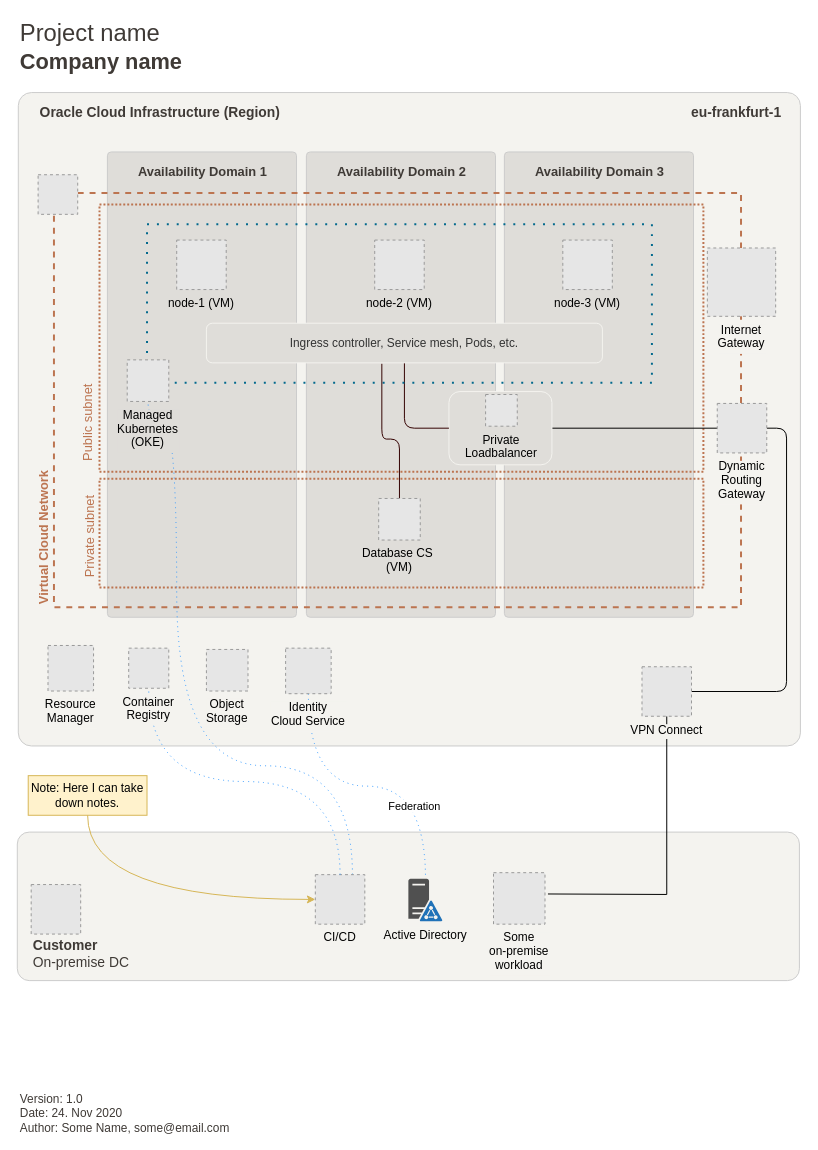
This is 20210926 BCH BAW Runtime.drawio from carlosjuibm/analytic_tools, a draw.io file, before an edit. Source tidied: cells renumbered, new cells numbered last; positions are measured from the earlier drawing's top-left corner, leaving out a move shared by most shapes. Both pictures are drawn from the tidied source at 99%, with x=0, y=0 at pixel (-32, 17). Pictures stored in the file or linked from it are replaced by grey dashed boxes.
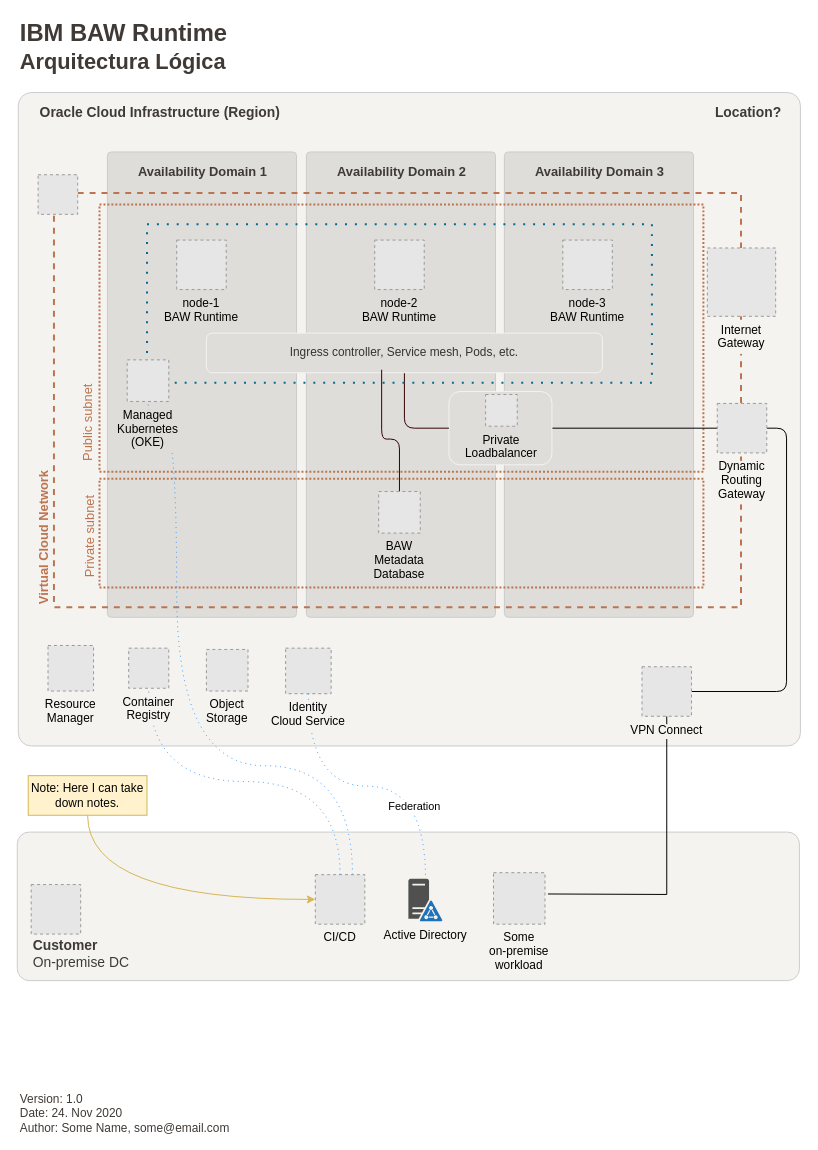
The same page after the edit.

What changed in the source:
```diff
@@
-    <mxCell id="5" value="&lt;font color=&quot;#3f3a36&quot; size=&quot;1&quot;&gt;&lt;b style=&quot;font-size: 14px&quot;&gt;eu-frankfurt-1&lt;/b&gt;&lt;/font&gt;" style="text;html=1;align=right;verticalAlign=middle;" parent="1" vertex="1">
-      <mxGeometry x="712" y="86" width="110" height="20" as="geometry" />
+    <mxCell id="5" value="&lt;font color=&quot;#3f3a36&quot; size=&quot;1&quot;&gt;&lt;b style=&quot;font-size: 14px&quot;&gt;Location?&lt;/b&gt;&lt;/font&gt;" style="text;html=1;align=right;verticalAlign=middle;" parent="1" vertex="1">
+      <mxGeometry x="742" y="86" width="80" height="20" as="geometry" />
     </mxCell>
@@
-    <mxCell id="34" value="&lt;span style=&quot;color: rgb(63 , 58 , 54) ; font-size: 24px&quot;&gt;&lt;font style=&quot;font-size: 24px&quot;&gt;Project name&lt;/font&gt;&lt;/span&gt;&lt;font style=&quot;font-size: 24px&quot; color=&quot;#3f3a36&quot;&gt;&lt;b&gt;&lt;font style=&quot;font-size: 24px&quot;&gt;&lt;br&gt;&lt;/font&gt;&lt;/b&gt;&lt;span style=&quot;font-size: 22px&quot;&gt;&lt;b&gt;Company name&lt;/b&gt;&amp;nbsp;&lt;/span&gt;&lt;br&gt;&lt;/font&gt;" style="text;html=1;strokeColor=none;fillColor=none;align=left;verticalAlign=middle;whiteSpace=wrap;rounded=0;" parent="33" vertex="1">
+    <mxCell id="34" value="&lt;font style=&quot;font-size: 24px&quot; color=&quot;#3f3a36&quot;&gt;&lt;b&gt;&lt;font style=&quot;font-size: 24px&quot;&gt;IBM BAW Runtime&lt;br&gt;&lt;/font&gt;&lt;/b&gt;&lt;span style=&quot;font-size: 22px&quot;&gt;&lt;b&gt;Arquitectura Lógica&lt;/b&gt;&amp;nbsp;&lt;/span&gt;&lt;br&gt;&lt;/font&gt;" style="text;html=1;strokeColor=none;fillColor=none;align=left;verticalAlign=middle;whiteSpace=wrap;rounded=0;" parent="33" vertex="1">
       <mxGeometry x="50" width="470" height="60" as="geometry" />
     </mxCell>
@@
-    <mxCell id="42" value="node-1 (VM)" style="fillColor=#E6E6E6;strokeColor=#999999;dashed=1;verticalLabelPosition=bottom;verticalAlign=top;labelBackgroundColor=none;align=center;" parent="38" vertex="1">
+    <mxCell id="42" value="node-1 &#10;BAW Runtime" style="fillColor=#E6E6E6;strokeColor=#999999;dashed=1;verticalLabelPosition=bottom;verticalAlign=top;labelBackgroundColor=none;align=center;" parent="38" vertex="1">
       <mxGeometry x="210" y="225" width="50" height="50" as="geometry" />
     </mxCell>
-    <mxCell id="43" value="node-2 (VM)" style="fillColor=#E6E6E6;strokeColor=#999999;dashed=1;verticalLabelPosition=bottom;verticalAlign=top;labelBackgroundColor=none;align=center;" parent="38" vertex="1">
+    <mxCell id="43" value="node-2&#10;BAW Runtime" style="fillColor=#E6E6E6;strokeColor=#999999;dashed=1;verticalLabelPosition=bottom;verticalAlign=top;labelBackgroundColor=none;align=center;" parent="38" vertex="1">
       <mxGeometry x="410" y="225" width="50" height="50" as="geometry" />
     </mxCell>
     <mxCell id="44" value="Ingress controller, Service mesh, Pods, etc." style="rounded=1;whiteSpace=wrap;html=1;labelBackgroundColor=none;strokeWidth=1;align=center;fontColor=#333333;fillColor=#DFDDD9;strokeColor=#F4F3EF;" parent="38" vertex="1">
-      <mxGeometry x="240" y="309" width="400" height="40" as="geometry" />
+      <mxGeometry x="240" y="319" width="400" height="40" as="geometry" />
     </mxCell>
-    <mxCell id="45" value="node-3 (VM)" style="fillColor=#E6E6E6;strokeColor=#999999;dashed=1;verticalLabelPosition=bottom;verticalAlign=top;labelBackgroundColor=none;align=center;" parent="38" vertex="1">
+    <mxCell id="45" value="node-3&#10;BAW Runtime" style="fillColor=#E6E6E6;strokeColor=#999999;dashed=1;verticalLabelPosition=bottom;verticalAlign=top;labelBackgroundColor=none;align=center;" parent="38" vertex="1">
       <mxGeometry x="600" y="225" width="50" height="50" as="geometry" />
     </mxCell>
@@
-    <mxCell id="53" style="edgeStyle=orthogonalEdgeStyle;jettySize=auto;html=1;startArrow=none;startFill=0;endArrow=none;endFill=0;strokeColor=#330000;entryX=0.463;entryY=1.05;entryDx=0;entryDy=0;entryPerimeter=0;exitX=0.5;exitY=0;exitDx=0;exitDy=0;" parent="38" edge="1" source="54">
+    <mxCell id="53" style="edgeStyle=orthogonalEdgeStyle;jettySize=auto;html=1;startArrow=none;startFill=0;endArrow=none;endFill=0;strokeColor=#330000;exitX=0.5;exitY=0;exitDx=0;exitDy=0;" parent="38" edge="1" source="54">
       <mxGeometry relative="1" as="geometry">
-        <mxPoint x="417.2" y="350" as="targetPoint" />
+        <mxPoint x="417" y="356" as="targetPoint" />
         <Array as="points">
           <mxPoint x="435" y="426" />
           <mxPoint x="417" y="426" />
         </Array>
       </mxGeometry>
     </mxCell>
-    <mxCell id="54" value="Database CS &#10;(VM)" style="fillColor=#E6E6E6;strokeColor=#999999;dashed=1;verticalLabelPosition=bottom;verticalAlign=top;" parent="38" vertex="1">
-      <mxGeometry x="414" y="486" width="42" height="42" as="geometry" />
+    <mxCell id="54" value="BAW&#10;Metadata&#10;Database" style="fillColor=#E6E6E6;strokeColor=#999999;dashed=1;verticalLabelPosition=bottom;verticalAlign=top;" parent="38" vertex="1">
+      <mxGeometry x="414" y="479" width="42" height="42" as="geometry" />
     </mxCell>
```
